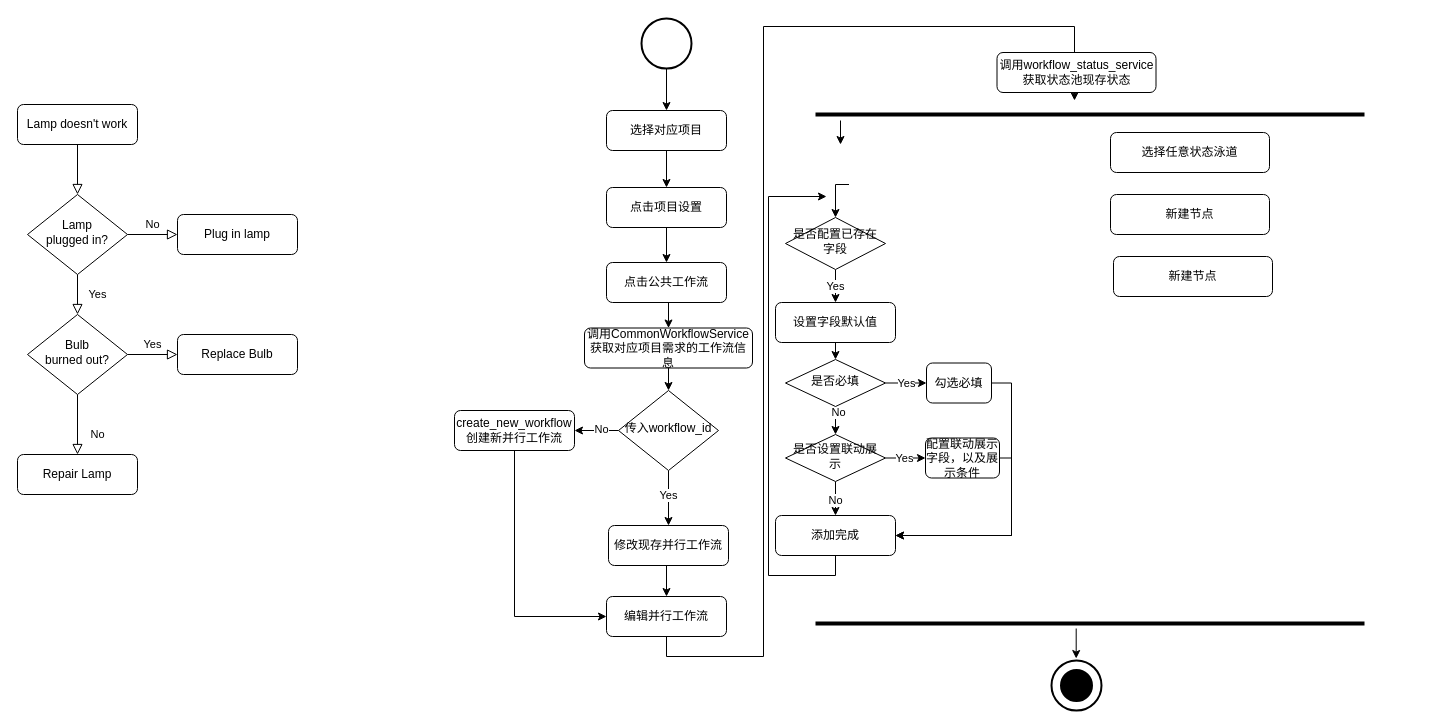
qf2020/drawio keeps this draw.io diagram as 新建并行工作流吧流程图.drawio. Above is the earlier version. Source tidied: cells renumbered, new cells numbered last; positions are measured from the earlier drawing's top-left corner, leaving out a move shared by most shapes. Both pictures are drawn from the tidied source at 100%, with x=0, y=0 at pixel (17, 18).
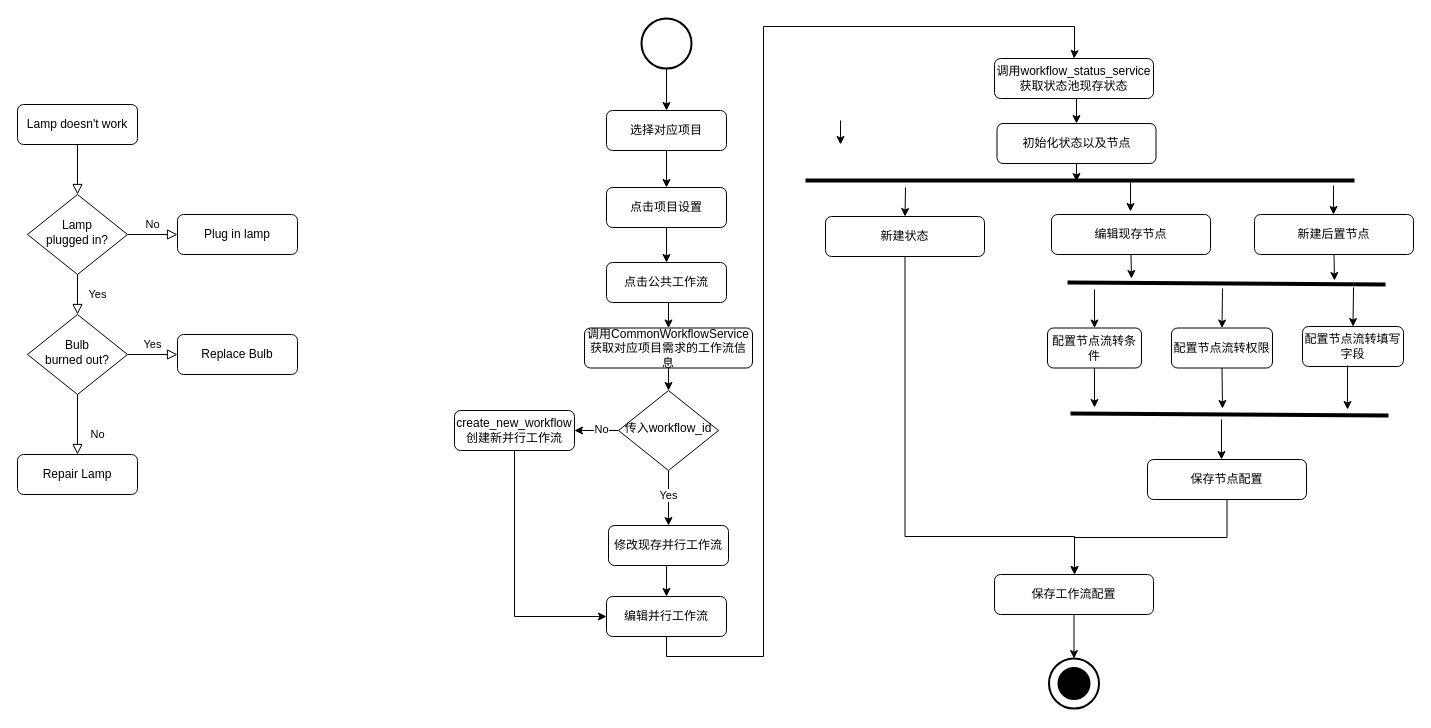
After the change.

Commit message:
更新新建并行工作流吧流程图.drawio

Unchanged cells that the change refers to:
```xml
<mxCell id="25" value="编辑并行工作流" style="rounded=1;whiteSpace=wrap;html=1;fontSize=12;glass=0;strokeWidth=1;shadow=0;" parent="1" vertex="1">
  <mxGeometry x="589" y="578" width="120" height="40" as="geometry" />
</mxCell>
```

Diff of the diagram source:
```diff
@@
+    <mxCell id="14" style="strokeWidth=2;html=1;shape=mxgraph.flowchart.start_2;whiteSpace=wrap;" parent="1" vertex="1">
+      <mxGeometry x="1031.5" y="640" width="50" height="50" as="geometry" />
+    </mxCell>
@@
-    <mxCell id="13" style="group;" parent="1" vertex="1">
-      <mxGeometry x="1034" y="642" width="50" height="50" as="geometry" />
-    </mxCell>
-    <mxCell id="14" style="strokeWidth=2;html=1;shape=mxgraph.flowchart.start_2;whiteSpace=wrap;" parent="13" vertex="1">
-      <mxGeometry width="50" height="50" as="geometry" />
-    </mxCell>
-    <mxCell id="15" style="strokeWidth=2;html=1;shape=mxgraph.flowchart.start_2;whiteSpace=wrap;fillColor=#000000;" parent="13" vertex="1">
-      <mxGeometry x="9.5" y="9.5" width="31" height="31" as="geometry" />
-    </mxCell>
@@
-    <mxCell id="24" style="edgeStyle=orthogonalEdgeStyle;rounded=0;jettySize=auto;html=1;exitX=0.5;exitY=1;exitDx=0;exitDy=0;entryX=0.5;entryY=0;entryDx=0;entryDy=0;" parent="1" edge="1" source="25">
+    <mxCell id="24" style="edgeStyle=orthogonalEdgeStyle;rounded=0;jettySize=auto;html=1;exitX=0.5;exitY=1;exitDx=0;exitDy=0;entryX=0.5;entryY=0;entryDx=0;entryDy=0;" parent="1" edge="1" source="25" target="62">
       <mxGeometry relative="1" as="geometry">
-        <mxPoint x="1057" y="82" as="targetPoint" />
         <Array as="points">
           <mxPoint x="649" y="638" />
           <mxPoint x="746" y="638" />
           <mxPoint x="746" y="8" />
           <mxPoint x="1057" y="8" />
+          <mxPoint x="1057" y="34" />
         </Array>
       </mxGeometry>
     </mxCell>
@@
     <mxCell id="37" style="endArrow=none;html=1;rounded=0;strokeWidth=4;" parent="1" edge="1">
       <mxGeometry relative="1" as="geometry">
-        <mxPoint x="798" y="96" as="sourcePoint" />
-        <mxPoint x="1347" y="96" as="targetPoint" />
+        <mxPoint x="788" y="162" as="sourcePoint" />
+        <mxPoint x="1337" y="162" as="targetPoint" />
       </mxGeometry>
     </mxCell>
-    <mxCell id="38" style="endArrow=none;html=1;rounded=0;strokeWidth=4;" parent="1" edge="1">
-      <mxGeometry relative="1" as="geometry">
-        <mxPoint x="798" y="605" as="sourcePoint" />
-        <mxPoint x="1347" y="605" as="targetPoint" />
-      </mxGeometry>
-    </mxCell>
-    <mxCell id="39" style="edgeStyle=orthogonalEdgeStyle;rounded=0;jettySize=auto;html=1;exitX=0.5;exitY=1;exitDx=0;exitDy=0;entryX=0.5;entryY=0;entryDx=0;entryDy=0;" parent="1" edge="1" source="40" target="48">
-      <mxGeometry relative="1" as="geometry" />
-    </mxCell>
-    <mxCell id="40" value="设置字段默认值" style="rounded=1;whiteSpace=wrap;html=1;fontSize=12;glass=0;strokeWidth=1;shadow=0;" parent="1" vertex="1">
-      <mxGeometry x="758" y="284" width="120" height="40" as="geometry" />
-    </mxCell>
-    <mxCell id="41" value="Yes" style="edgeStyle=orthogonalEdgeStyle;rounded=0;jettySize=auto;html=1;exitX=0.5;exitY=1;exitDx=0;exitDy=0;entryX=0.5;entryY=0;entryDx=0;entryDy=0;" parent="1" edge="1" source="42" target="40">
-      <mxGeometry relative="1" as="geometry" />
-    </mxCell>
-    <mxCell id="42" value="是否配置已存在字段" style="rhombus;whiteSpace=wrap;html=1;shadow=0;fontFamily=Helvetica;fontSize=12;align=center;strokeWidth=1;spacing=6;spacingTop=-4;" parent="1" vertex="1">
-      <mxGeometry x="768" y="199" width="100" height="52" as="geometry" />
-    </mxCell>
-    <mxCell id="43" style="rounded=0;jettySize=auto;html=1;exitX=0.5;exitY=1;exitDx=0;exitDy=0;elbow=vertical;edgeStyle=orthogonalEdgeStyle;" parent="1" edge="1" source="44">
-      <mxGeometry relative="1" as="geometry">
-        <mxPoint x="809" y="178" as="targetPoint" />
-        <Array as="points">
-          <mxPoint x="818" y="557" />
-          <mxPoint x="751" y="557" />
-          <mxPoint x="751" y="178" />
-        </Array>
-      </mxGeometry>
-    </mxCell>
-    <mxCell id="44" value="添加完成" style="rounded=1;whiteSpace=wrap;html=1;fontSize=12;glass=0;strokeWidth=1;shadow=0;" parent="1" vertex="1">
-      <mxGeometry x="758" y="497" width="120" height="40" as="geometry" />
-    </mxCell>
-    <mxCell id="45" style="edgeStyle=orthogonalEdgeStyle;rounded=0;jettySize=auto;html=1;exitX=0.5;exitY=1;exitDx=0;exitDy=0;entryX=0.5;entryY=0;entryDx=0;entryDy=0;" parent="1" edge="1" source="48" target="53">
-      <mxGeometry relative="1" as="geometry" />
-    </mxCell>
-    <mxCell id="46" value="No" style="edgeLabel;html=1;align=center;verticalAlign=middle;" parent="45" vertex="1">
-      <mxGeometry x="-0.65" y="2" relative="1" as="geometry" />
-    </mxCell>
-    <mxCell id="47" value="Yes" style="edgeStyle=orthogonalEdgeStyle;rounded=0;jettySize=auto;html=1;exitX=1;exitY=0.5;exitDx=0;exitDy=0;entryX=0;entryY=0.5;entryDx=0;entryDy=0;" parent="1" edge="1" source="48" target="55">
-      <mxGeometry relative="1" as="geometry" />
-    </mxCell>
-    <mxCell id="48" value="是否必填" style="rhombus;whiteSpace=wrap;html=1;shadow=0;fontFamily=Helvetica;fontSize=12;align=center;strokeWidth=1;spacing=6;spacingTop=-4;" parent="1" vertex="1">
-      <mxGeometry x="768" y="341" width="100" height="47" as="geometry" />
-    </mxCell>
-    <mxCell id="49" style="edgeStyle=orthogonalEdgeStyle;rounded=0;jettySize=auto;html=1;exitX=0.5;exitY=1;exitDx=0;exitDy=0;entryX=0.5;entryY=0;entryDx=0;entryDy=0;" parent="1" edge="1" source="53" target="44">
-      <mxGeometry relative="1" as="geometry" />
-    </mxCell>
-    <mxCell id="50" value="No" style="edgeLabel;html=1;align=center;verticalAlign=middle;" parent="49" vertex="1">
-      <mxGeometry x="0.01" y="-1" relative="1" as="geometry">
-        <mxPoint y="1" as="offset" />
-      </mxGeometry>
-    </mxCell>
-    <mxCell id="51" style="edgeStyle=orthogonalEdgeStyle;rounded=0;jettySize=auto;html=1;exitX=1;exitY=0.5;exitDx=0;exitDy=0;entryX=0;entryY=0.5;entryDx=0;entryDy=0;" parent="1" edge="1" source="53" target="57">
-      <mxGeometry relative="1" as="geometry" />
-    </mxCell>
-    <mxCell id="52" value="Yes" style="edgeLabel;html=1;align=center;verticalAlign=middle;" parent="51" vertex="1">
-      <mxGeometry x="-0.1" relative="1" as="geometry" />
-    </mxCell>
-    <mxCell id="53" value="是否设置联动展示" style="rhombus;whiteSpace=wrap;html=1;shadow=0;fontFamily=Helvetica;fontSize=12;align=center;strokeWidth=1;spacing=6;spacingTop=-4;" parent="1" vertex="1">
-      <mxGeometry x="768" y="416" width="100" height="47" as="geometry" />
-    </mxCell>
-    <mxCell id="54" style="edgeStyle=orthogonalEdgeStyle;rounded=0;jettySize=auto;html=1;exitX=1;exitY=0.5;exitDx=0;exitDy=0;entryX=1;entryY=0.5;entryDx=0;entryDy=0;" parent="1" edge="1" source="55" target="44">
-      <mxGeometry relative="1" as="geometry" />
-    </mxCell>
-    <mxCell id="55" value="勾选必填" style="rounded=1;whiteSpace=wrap;html=1;fontSize=12;glass=0;strokeWidth=1;shadow=0;" parent="1" vertex="1">
-      <mxGeometry x="909" y="344.5" width="65" height="40" as="geometry" />
-    </mxCell>
-    <mxCell id="56" style="edgeStyle=orthogonalEdgeStyle;rounded=0;jettySize=auto;html=1;exitX=1;exitY=0.5;exitDx=0;exitDy=0;entryX=1;entryY=0.5;entryDx=0;entryDy=0;" parent="1" edge="1" source="57" target="44">
-      <mxGeometry relative="1" as="geometry">
-        <Array as="points">
-          <mxPoint x="994" y="440" />
-          <mxPoint x="994" y="517" />
-        </Array>
-      </mxGeometry>
-    </mxCell>
-    <mxCell id="57" value="配置联动展示字段，以及展示条件" style="rounded=1;whiteSpace=wrap;html=1;fontSize=12;glass=0;strokeWidth=1;shadow=0;" parent="1" vertex="1">
-      <mxGeometry x="908" y="419.5" width="74" height="40" as="geometry" />
-    </mxCell>
-    <mxCell id="58" style="endArrow=classic;html=1;rounded=0;entryX=0.5;entryY=0;entryDx=0;entryDy=0;" parent="1" edge="1">
-      <mxGeometry relative="1" as="geometry">
-        <mxPoint x="1058.7" y="610" as="sourcePoint" />
-        <mxPoint x="1058.7" y="640" as="targetPoint" />
-      </mxGeometry>
+    <mxCell id="58" style="endArrow=classic;html=1;rounded=0;entryX=0.5;entryY=0;entryDx=0;entryDy=0;exitX=0.5;exitY=1;exitDx=0;exitDy=0;entryPerimeter=0;" parent="1" edge="1" source="80" target="14">
+      <mxGeometry relative="1" as="geometry" />
     </mxCell>
-    <mxCell id="59" style="edgeStyle=orthogonalEdgeStyle;rounded=0;jettySize=auto;html=1;exitX=0.5;exitY=1;exitDx=0;exitDy=0;entryX=0.5;entryY=0;entryDx=0;entryDy=0;" parent="1" edge="1" target="42">
-      <mxGeometry relative="1" as="geometry">
-        <mxPoint x="831.5" y="166" as="sourcePoint" />
-      </mxGeometry>
-    </mxCell>
@@
+    <mxCell id="65" style="edgeStyle=orthogonalEdgeStyle;rounded=0;jettySize=auto;html=1;exitX=0.5;exitY=1;exitDx=0;exitDy=0;" parent="1" edge="1" source="61">
+      <mxGeometry relative="1" as="geometry">
+        <mxPoint x="1059" y="163" as="targetPoint" />
+      </mxGeometry>
+    </mxCell>
-    <mxCell id="61" value="选择任意状态泳道" style="rounded=1;whiteSpace=wrap;html=1;fontSize=12;glass=0;strokeWidth=1;shadow=0;" parent="1" vertex="1">
-      <mxGeometry x="1093" y="114" width="159" height="40" as="geometry" />
+    <mxCell id="61" value="初始化状态以及节点" style="rounded=1;whiteSpace=wrap;html=1;fontSize=12;glass=0;strokeWidth=1;shadow=0;" parent="1" vertex="1">
+      <mxGeometry x="979.5" y="105" width="159" height="40" as="geometry" />
     </mxCell>
+    <mxCell id="66" style="edgeStyle=orthogonalEdgeStyle;rounded=0;jettySize=auto;html=1;exitX=0.5;exitY=1;exitDx=0;exitDy=0;entryX=0.5;entryY=0;entryDx=0;entryDy=0;" parent="1" edge="1" source="62" target="61">
+      <mxGeometry relative="1" as="geometry" />
+    </mxCell>
     <mxCell id="62" value="调用workflow_status_service获取状态池现存状态" style="rounded=1;whiteSpace=wrap;html=1;fontSize=12;glass=0;strokeWidth=1;shadow=0;" parent="1" vertex="1">
-      <mxGeometry x="979.5" y="34" width="159" height="40" as="geometry" />
+      <mxGeometry x="977" y="40" width="159" height="40" as="geometry" />
     </mxCell>
-    <mxCell id="63" value="新建节点" style="rounded=1;whiteSpace=wrap;html=1;fontSize=12;glass=0;strokeWidth=1;shadow=0;" parent="1" vertex="1">
-      <mxGeometry x="1093" y="176" width="159" height="40" as="geometry" />
+    <mxCell id="63" value="新建后置节点" style="rounded=1;whiteSpace=wrap;html=1;fontSize=12;glass=0;strokeWidth=1;shadow=0;" parent="1" vertex="1">
+      <mxGeometry x="1237" y="196" width="159" height="40" as="geometry" />
     </mxCell>
-    <mxCell id="64" value="新建节点" style="rounded=1;whiteSpace=wrap;html=1;fontSize=12;glass=0;strokeWidth=1;shadow=0;" parent="1" vertex="1">
-      <mxGeometry x="1096" y="238" width="159" height="40" as="geometry" />
+    <mxCell id="64" value="编辑现存节点" style="rounded=1;whiteSpace=wrap;html=1;fontSize=12;glass=0;strokeWidth=1;shadow=0;" parent="1" vertex="1">
+      <mxGeometry x="1034" y="196" width="159" height="40" as="geometry" />
     </mxCell>
+    <mxCell id="67" value="配置节点流转条件" style="rounded=1;whiteSpace=wrap;html=1;fontSize=12;glass=0;strokeWidth=1;shadow=0;" parent="1" vertex="1">
+      <mxGeometry x="1030" y="309.5" width="94" height="40" as="geometry" />
+    </mxCell>
+    <mxCell id="68" value="配置节点流转权限" style="rounded=1;whiteSpace=wrap;html=1;fontSize=12;glass=0;strokeWidth=1;shadow=0;" parent="1" vertex="1">
+      <mxGeometry x="1154" y="309.5" width="101" height="40" as="geometry" />
+    </mxCell>
+    <mxCell id="69" value="配置节点流转填写字段" style="rounded=1;whiteSpace=wrap;html=1;fontSize=12;glass=0;strokeWidth=1;shadow=0;" parent="1" vertex="1">
+      <mxGeometry x="1285" y="308" width="101" height="40" as="geometry" />
+    </mxCell>
+    <mxCell id="70" style="endArrow=none;html=1;rounded=0;strokeWidth=4;" parent="1" edge="1">
+      <mxGeometry relative="1" as="geometry">
+        <mxPoint x="1050" y="264" as="sourcePoint" />
+        <mxPoint x="1368" y="266" as="targetPoint" />
+      </mxGeometry>
+    </mxCell>
+    <mxCell id="71" style="endArrow=classic;html=1;rounded=0;exitX=0.5;exitY=1;exitDx=0;exitDy=0;" parent="1" edge="1" source="64">
+      <mxGeometry relative="1" as="geometry">
+        <mxPoint x="1114" y="260" as="targetPoint" />
+      </mxGeometry>
+    </mxCell>
+    <mxCell id="72" style="endArrow=classic;html=1;rounded=0;exitX=0.5;exitY=1;exitDx=0;exitDy=0;" parent="1" edge="1" source="63">
+      <mxGeometry relative="1" as="geometry">
+        <mxPoint x="1317" y="262" as="targetPoint" />
+      </mxGeometry>
+    </mxCell>
+    <mxCell id="73" style="endArrow=classic;html=1;rounded=0;entryX=0.5;entryY=0;entryDx=0;entryDy=0;" parent="1" edge="1" target="67">
+      <mxGeometry relative="1" as="geometry">
+        <mxPoint x="1077" y="271" as="sourcePoint" />
+      </mxGeometry>
+    </mxCell>
+    <mxCell id="74" style="endArrow=classic;html=1;rounded=0;entryX=0.5;entryY=0;entryDx=0;entryDy=0;" parent="1" edge="1" target="68">
+      <mxGeometry relative="1" as="geometry">
+        <mxPoint x="1205" y="270" as="sourcePoint" />
+      </mxGeometry>
+    </mxCell>
+    <mxCell id="75" style="endArrow=classic;html=1;rounded=0;entryX=0.5;entryY=0;entryDx=0;entryDy=0;" parent="1" edge="1" target="69">
+      <mxGeometry relative="1" as="geometry">
+        <mxPoint x="1336" y="269" as="sourcePoint" />
+      </mxGeometry>
+    </mxCell>
+    <mxCell id="76" style="endArrow=none;html=1;rounded=0;strokeWidth=4;" parent="1" edge="1">
+      <mxGeometry relative="1" as="geometry">
+        <mxPoint x="1053" y="395" as="sourcePoint" />
+        <mxPoint x="1371" y="397" as="targetPoint" />
+      </mxGeometry>
+    </mxCell>
+    <mxCell id="77" style="endArrow=classic;html=1;rounded=0;exitX=0.5;exitY=1;exitDx=0;exitDy=0;" parent="1" edge="1" source="67">
+      <mxGeometry relative="1" as="geometry">
+        <mxPoint x="1077" y="389" as="targetPoint" />
+      </mxGeometry>
+    </mxCell>
+    <mxCell id="78" style="endArrow=classic;html=1;rounded=0;exitX=0.5;exitY=1;exitDx=0;exitDy=0;" parent="1" edge="1" source="68">
+      <mxGeometry relative="1" as="geometry">
+        <mxPoint x="1205" y="390" as="targetPoint" />
+      </mxGeometry>
+    </mxCell>
+    <mxCell id="79" style="endArrow=classic;html=1;rounded=0;exitX=0.446;exitY=0.975;exitDx=0;exitDy=0;exitPerimeter=0;" parent="1" edge="1" source="69">
+      <mxGeometry relative="1" as="geometry">
+        <mxPoint x="1330" y="391" as="targetPoint" />
+      </mxGeometry>
+    </mxCell>
+    <mxCell id="80" value="保存工作流配置" style="rounded=1;whiteSpace=wrap;html=1;fontSize=12;glass=0;strokeWidth=1;shadow=0;" parent="1" vertex="1">
+      <mxGeometry x="977" y="556" width="159" height="40" as="geometry" />
+    </mxCell>
+    <mxCell id="81" style="edgeStyle=orthogonalEdgeStyle;rounded=0;jettySize=auto;html=1;exitX=0.5;exitY=1;exitDx=0;exitDy=0;" parent="1" edge="1" source="82" target="80">
+      <mxGeometry relative="1" as="geometry">
+        <Array as="points">
+          <mxPoint x="888" y="518" />
+          <mxPoint x="1057" y="518" />
+        </Array>
+      </mxGeometry>
+    </mxCell>
+    <mxCell id="82" value="新建状态" style="rounded=1;whiteSpace=wrap;html=1;fontSize=12;glass=0;strokeWidth=1;shadow=0;" parent="1" vertex="1">
+      <mxGeometry x="808" y="198" width="159" height="40" as="geometry" />
+    </mxCell>
+    <mxCell id="83" style="endArrow=classic;html=1;rounded=0;entryX=0.5;entryY=0;entryDx=0;entryDy=0;" parent="1" edge="1" target="82">
+      <mxGeometry relative="1" as="geometry">
+        <mxPoint x="888" y="169" as="sourcePoint" />
+      </mxGeometry>
+    </mxCell>
+    <mxCell id="84" style="endArrow=classic;html=1;rounded=0;entryX=0.5;entryY=0;entryDx=0;entryDy=0;" parent="1" edge="1">
+      <mxGeometry relative="1" as="geometry">
+        <mxPoint x="1113" y="164" as="sourcePoint" />
+        <mxPoint x="1113" y="193" as="targetPoint" />
+      </mxGeometry>
+    </mxCell>
+    <mxCell id="85" style="endArrow=classic;html=1;rounded=0;entryX=0.5;entryY=0;entryDx=0;entryDy=0;" parent="1" edge="1">
+      <mxGeometry relative="1" as="geometry">
+        <mxPoint x="1316" y="167" as="sourcePoint" />
+        <mxPoint x="1316" y="196" as="targetPoint" />
+      </mxGeometry>
+    </mxCell>
+    <mxCell id="86" style="edgeStyle=orthogonalEdgeStyle;rounded=0;jettySize=auto;html=1;exitX=0.5;exitY=1;exitDx=0;exitDy=0;" parent="1" edge="1" source="87" target="80">
+      <mxGeometry relative="1" as="geometry">
+        <Array as="points">
+          <mxPoint x="1210" y="519" />
+          <mxPoint x="1057" y="519" />
+        </Array>
+      </mxGeometry>
+    </mxCell>
+    <mxCell id="87" value="保存节点配置" style="rounded=1;whiteSpace=wrap;html=1;fontSize=12;glass=0;strokeWidth=1;shadow=0;" parent="1" vertex="1">
+      <mxGeometry x="1130" y="441" width="159" height="40" as="geometry" />
+    </mxCell>
+    <mxCell id="88" style="endArrow=classic;html=1;rounded=0;entryX=0.5;entryY=0;entryDx=0;entryDy=0;" parent="1" edge="1">
+      <mxGeometry relative="1" as="geometry">
+        <mxPoint x="1204" y="401" as="sourcePoint" />
+        <mxPoint x="1204" y="441" as="targetPoint" />
+      </mxGeometry>
+    </mxCell>
+    <mxCell id="15" style="strokeWidth=2;html=1;shape=mxgraph.flowchart.start_2;whiteSpace=wrap;fillColor=#000000;" parent="1" vertex="1">
+      <mxGeometry x="1041" y="649.5" width="31" height="31" as="geometry" />
+    </mxCell>
```
